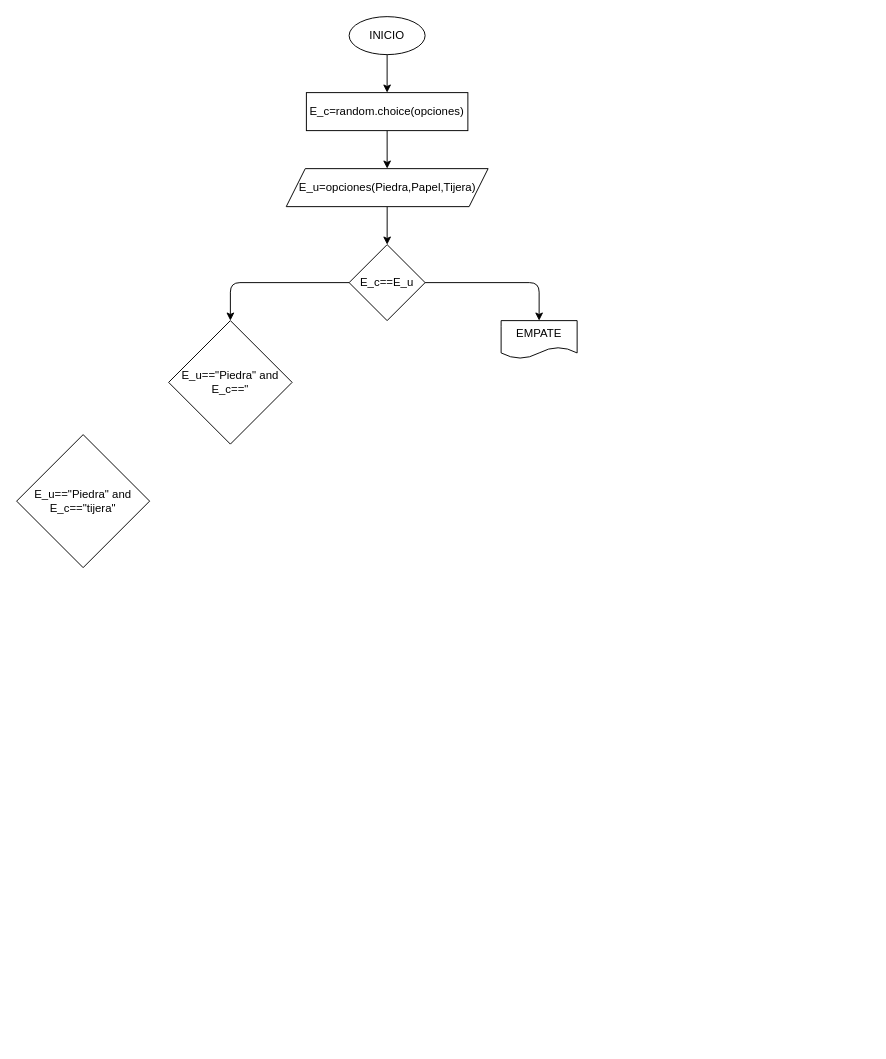
The draw.io diagram Piedra_papel_tijera.drawio in lorcrop/Piedra_Ppel_Tijera, before the edit. Source tidied: cells renumbered, new cells numbered last; positions are measured from the earlier drawing's top-left corner, leaving out a move shared by most shapes. Both pictures are drawn from the tidied source at 95%, with x=0, y=0 at pixel (16, 16).
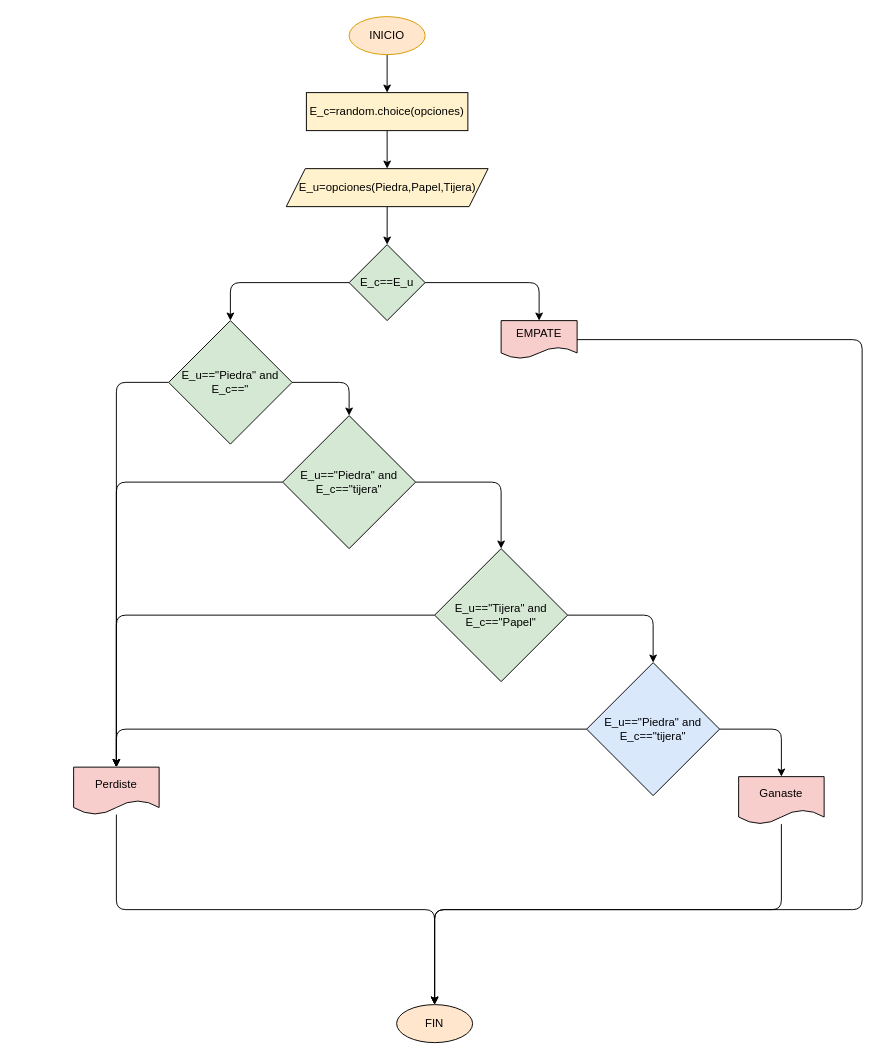
The same page after the edit.

What changed in the source:
```diff
@@
-    <mxCell id="3" value="INICIO" style="ellipse;whiteSpace=wrap;html=1;" parent="1" vertex="1">
+    <mxCell id="3" value="INICIO" style="ellipse;whiteSpace=wrap;html=1;fillColor=#ffe6cc;strokeColor=#d79b00;" parent="1" vertex="1">
       <mxGeometry x="350" width="80" height="40" as="geometry" />
     </mxCell>
@@
-    <mxCell id="5" value="E_c=random.choice(opciones)" style="rounded=0;whiteSpace=wrap;html=1;" parent="1" vertex="1">
+    <mxCell id="5" value="E_c=random.choice(opciones)" style="rounded=0;whiteSpace=wrap;html=1;fillColor=#fff2cc;strokeColor=light-dark(#000000, #6d5100);" parent="1" vertex="1">
       <mxGeometry x="305" y="80" width="170" height="40" as="geometry" />
     </mxCell>
@@
-    <mxCell id="7" value="E_u=opciones(Piedra,Papel,Tijera)" style="shape=parallelogram;perimeter=parallelogramPerimeter;whiteSpace=wrap;html=1;fixedSize=1;" parent="1" vertex="1">
+    <mxCell id="7" value="E_u=opciones(Piedra,Papel,Tijera)" style="shape=parallelogram;perimeter=parallelogramPerimeter;whiteSpace=wrap;html=1;fixedSize=1;fillColor=#fff2cc;strokeColor=#000000;" parent="1" vertex="1">
       <mxGeometry x="283.8" y="160" width="212.5" height="40" as="geometry" />
     </mxCell>
@@
-    <mxCell id="10" value="E_c==E_u" style="rhombus;whiteSpace=wrap;html=1;" parent="1" vertex="1">
+    <mxCell id="10" value="E_c==E_u" style="rhombus;whiteSpace=wrap;html=1;fillColor=#d5e8d4;strokeColor=#000000;" parent="1" vertex="1">
       <mxGeometry x="350" y="240" width="80" height="80" as="geometry" />
     </mxCell>
+    <mxCell id="14" style="edgeStyle=orthogonalEdgeStyle;html=1;entryX=0.5;entryY=0;entryDx=0;entryDy=0;" parent="1" edge="1" source="11" target="29">
+      <mxGeometry relative="1" as="geometry">
+        <Array as="points">
+          <mxPoint x="890" y="340" />
+          <mxPoint x="890" y="940" />
+          <mxPoint x="440" y="940" />
+        </Array>
+      </mxGeometry>
+    </mxCell>
-    <mxCell id="11" value="EMPATE" style="shape=document;whiteSpace=wrap;html=1;boundedLbl=1;" parent="1" vertex="1">
+    <mxCell id="11" value="EMPATE" style="shape=document;whiteSpace=wrap;html=1;boundedLbl=1;fillColor=#f8cecc;strokeColor=#000000;" parent="1" vertex="1">
       <mxGeometry x="510" y="320" width="80" height="40" as="geometry" />
     </mxCell>
+    <mxCell id="15" style="edgeStyle=orthogonalEdgeStyle;html=1;entryX=0.5;entryY=0;entryDx=0;entryDy=0;exitX=1;exitY=0.5;exitDx=0;exitDy=0;" parent="1" edge="1" source="12" target="13">
+      <mxGeometry relative="1" as="geometry" />
+    </mxCell>
+    <mxCell id="16" style="edgeStyle=orthogonalEdgeStyle;html=1;entryX=0.5;entryY=0;entryDx=0;entryDy=0;" parent="1" edge="1" source="12" target="28">
+      <mxGeometry relative="1" as="geometry" />
+    </mxCell>
-    <mxCell id="12" value="E_u==&quot;Piedra&quot; and E_c==&quot;" style="rhombus;whiteSpace=wrap;html=1;" parent="1" vertex="1">
+    <mxCell id="12" value="E_u==&quot;Piedra&quot; and E_c==&quot;" style="rhombus;whiteSpace=wrap;html=1;fillColor=#d5e8d4;strokeColor=light-dark(#080808, #446e2c);" parent="1" vertex="1">
       <mxGeometry x="160" y="320" width="130" height="130" as="geometry" />
     </mxCell>
+    <mxCell id="17" style="edgeStyle=orthogonalEdgeStyle;html=1;entryX=0.5;entryY=0;entryDx=0;entryDy=0;" parent="1" edge="1" source="13" target="21">
+      <mxGeometry relative="1" as="geometry" />
+    </mxCell>
+    <mxCell id="18" style="edgeStyle=orthogonalEdgeStyle;html=1;entryX=0.5;entryY=0;entryDx=0;entryDy=0;" parent="1" edge="1" source="13" target="28">
+      <mxGeometry relative="1" as="geometry" />
+    </mxCell>
-    <mxCell id="13" value="E_u==&quot;Piedra&quot; and E_c==&quot;tijera&quot;" style="rhombus;whiteSpace=wrap;html=1;" parent="1" vertex="1">
-      <mxGeometry y="440" width="140" height="140" as="geometry" />
+    <mxCell id="13" value="E_u==&quot;Piedra&quot; and E_c==&quot;tijera&quot;" style="rhombus;whiteSpace=wrap;html=1;fillColor=#d5e8d4;strokeColor=#000000;" parent="1" vertex="1">
+      <mxGeometry x="280" y="420" width="140" height="140" as="geometry" />
     </mxCell>
+    <mxCell id="19" style="edgeStyle=orthogonalEdgeStyle;html=1;entryX=0.5;entryY=0;entryDx=0;entryDy=0;" parent="1" edge="1" source="21" target="24">
+      <mxGeometry relative="1" as="geometry" />
+    </mxCell>
+    <mxCell id="20" style="edgeStyle=orthogonalEdgeStyle;html=1;entryX=0.5;entryY=0;entryDx=0;entryDy=0;" parent="1" edge="1" source="21" target="28">
+      <mxGeometry relative="1" as="geometry" />
+    </mxCell>
+    <mxCell id="21" value="E_u==&quot;Tijera&quot; and E_c==&quot;Papel&quot;" style="rhombus;whiteSpace=wrap;html=1;fillColor=#d5e8d4;strokeColor=light-dark(#000000, #446e2c);" parent="1" vertex="1">
+      <mxGeometry x="440" y="560" width="140" height="140" as="geometry" />
+    </mxCell>
+    <mxCell id="22" style="edgeStyle=orthogonalEdgeStyle;html=1;entryX=0.5;entryY=0;entryDx=0;entryDy=0;" parent="1" edge="1" source="24" target="26">
+      <mxGeometry relative="1" as="geometry" />
+    </mxCell>
+    <mxCell id="23" style="edgeStyle=orthogonalEdgeStyle;html=1;entryX=0.5;entryY=0;entryDx=0;entryDy=0;" parent="1" edge="1" source="24" target="28">
+      <mxGeometry relative="1" as="geometry" />
+    </mxCell>
+    <mxCell id="24" value="E_u==&quot;Piedra&quot; and E_c==&quot;tijera&quot;" style="rhombus;whiteSpace=wrap;html=1;fillColor=#dae8fc;strokeColor=#000000;" parent="1" vertex="1">
+      <mxGeometry x="600" y="680" width="140" height="140" as="geometry" />
+    </mxCell>
+    <mxCell id="25" style="edgeStyle=orthogonalEdgeStyle;html=1;entryX=0.5;entryY=0;entryDx=0;entryDy=0;" parent="1" edge="1" source="26" target="29">
+      <mxGeometry relative="1" as="geometry">
+        <Array as="points">
+          <mxPoint x="805" y="940" />
+          <mxPoint x="440" y="940" />
+        </Array>
+      </mxGeometry>
+    </mxCell>
+    <mxCell id="26" value="Ganaste" style="shape=document;whiteSpace=wrap;html=1;boundedLbl=1;fillColor=#f8cecc;strokeColor=#000000;" parent="1" vertex="1">
+      <mxGeometry x="760" y="800" width="90" height="50" as="geometry" />
+    </mxCell>
+    <mxCell id="27" style="edgeStyle=orthogonalEdgeStyle;html=1;entryX=0.5;entryY=0;entryDx=0;entryDy=0;" parent="1" edge="1" source="28" target="29">
+      <mxGeometry relative="1" as="geometry">
+        <Array as="points">
+          <mxPoint x="105" y="940" />
+          <mxPoint x="440" y="940" />
+        </Array>
+      </mxGeometry>
+    </mxCell>
+    <mxCell id="28" value="Perdiste" style="shape=document;whiteSpace=wrap;html=1;boundedLbl=1;fillColor=#f8cecc;strokeColor=#000000;" parent="1" vertex="1">
+      <mxGeometry x="60" y="790" width="90" height="50" as="geometry" />
+    </mxCell>
+    <mxCell id="29" value="FIN" style="ellipse;whiteSpace=wrap;html=1;fillColor=#ffe6cc;strokeColor=#000000;" parent="1" vertex="1">
+      <mxGeometry x="400" y="1040" width="80" height="40" as="geometry" />
+    </mxCell>
```
